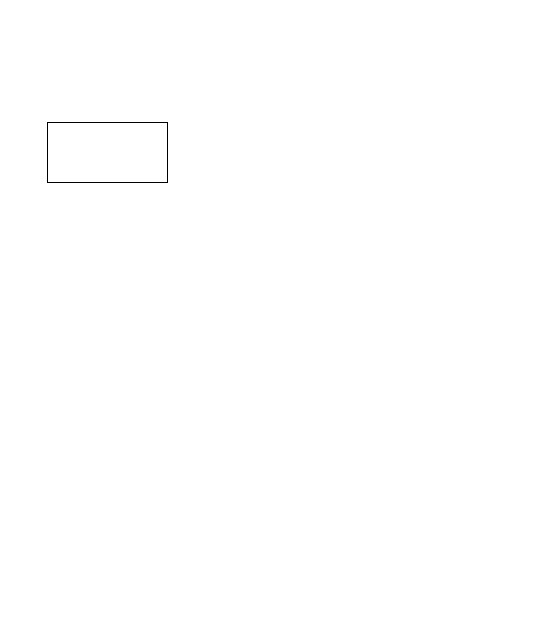
The draw.io diagram Диаграмма без названия.drawio in ziga23/Data-analysis-projects, before the edit. Source tidied: cells renumbered, new cells numbered last; positions are measured from the earlier drawing's top-left corner, leaving out a move shared by most shapes. Both pictures are drawn from the tidied source at 100%, with x=0, y=0 at pixel (47, 122).
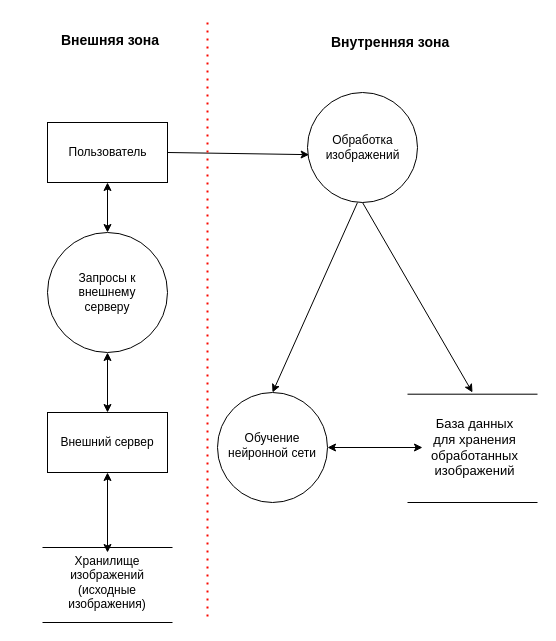
Above is the later version.

Commit message:
диаграмма потоков данных

Unchanged cells that the change refers to:
```xml
<mxCell id="2" style="rounded=0;whiteSpace=wrap;html=1;" parent="1" vertex="1">
  <mxGeometry width="120" height="60" as="geometry" />
</mxCell>
```

The edit, as a diff of the source:
```diff
@@
+    <mxCell id="3" value="&lt;b&gt;&lt;font style=&quot;font-size: 14px;&quot;&gt;Внешняя зона&amp;nbsp;&lt;/font&gt;&lt;/b&gt;" style="text;html=1;strokeColor=none;fillColor=none;align=center;verticalAlign=middle;whiteSpace=wrap;rounded=0;" parent="1" vertex="1">
+      <mxGeometry x="-30" y="-105" width="190" height="45" as="geometry" />
+    </mxCell>
+    <mxCell id="4" style="endArrow=classic;html=1;rounded=0;exitX=1;exitY=0.5;exitDx=0;exitDy=0;entryX=0.015;entryY=0.565;entryDx=0;entryDy=0;entryPerimeter=0;" parent="1" edge="1" source="2" target="15">
+      <mxGeometry relative="1" as="geometry" />
+    </mxCell>
+    <mxCell id="5" style="endArrow=classic;html=1;rounded=0;exitX=0.5;exitY=1;exitDx=0;exitDy=0;" parent="1" edge="1" source="15">
+      <mxGeometry relative="1" as="geometry">
+        <mxPoint x="425" y="270" as="targetPoint" />
+      </mxGeometry>
+    </mxCell>
+    <mxCell id="6" style="endArrow=classic;html=1;rounded=0;entryX=0.5;entryY=0;entryDx=0;entryDy=0;" parent="1" edge="1" target="8">
+      <mxGeometry relative="1" as="geometry">
+        <mxPoint x="310" y="80" as="sourcePoint" />
+      </mxGeometry>
+    </mxCell>
+    <mxCell id="7" style="group;" parent="1" vertex="1">
+      <mxGeometry x="170" y="270" width="110" height="110" as="geometry" />
+    </mxCell>
+    <mxCell id="8" style="ellipse;whiteSpace=wrap;html=1;" parent="7" vertex="1">
+      <mxGeometry width="110" height="110" as="geometry" />
+    </mxCell>
+    <mxCell id="9" value="Обучение нейронной сети" style="text;html=1;strokeColor=none;fillColor=none;align=center;verticalAlign=middle;whiteSpace=wrap;rounded=0;" parent="7" vertex="1">
+      <mxGeometry x="10" y="25" width="90" height="55" as="geometry" />
+    </mxCell>
@@
+    <mxCell id="10" value="Пользователь" style="text;html=1;align=center;verticalAlign=middle;strokeColor=none;fillColor=none;" parent="1" vertex="1">
+      <mxGeometry x="10" y="15" width="100" height="30" as="geometry" />
+    </mxCell>
+    <mxCell id="11" style="rounded=0;whiteSpace=wrap;html=1;" parent="1" vertex="1">
+      <mxGeometry y="290" width="120" height="60" as="geometry" />
+    </mxCell>
+    <mxCell id="12" value="Внешний сервер" style="text;html=1;strokeColor=none;fillColor=none;align=center;verticalAlign=middle;whiteSpace=wrap;rounded=0;" parent="1" vertex="1">
+      <mxGeometry y="290" width="120" height="60" as="geometry" />
+    </mxCell>
+    <mxCell id="13" style="endArrow=none;dashed=1;html=1;dashPattern=1 3;strokeWidth=2;rounded=0;fillColor=#f8cecc;strokeColor=#fa0800;" parent="1" edge="1">
+      <mxGeometry relative="1" as="geometry">
+        <mxPoint x="160" y="-100" as="sourcePoint" />
+        <mxPoint x="160" y="500" as="targetPoint" />
+      </mxGeometry>
+    </mxCell>
+    <mxCell id="14" style="group;" parent="1" vertex="1">
+      <mxGeometry x="260" y="-30" width="110" height="110" as="geometry" />
+    </mxCell>
+    <mxCell id="15" style="ellipse;whiteSpace=wrap;html=1;" parent="14" vertex="1">
+      <mxGeometry width="110" height="110" as="geometry" />
+    </mxCell>
+    <mxCell id="16" value="Обработка изображений" style="text;html=1;strokeColor=none;fillColor=none;align=center;verticalAlign=middle;whiteSpace=wrap;rounded=0;" parent="14" vertex="1">
+      <mxGeometry x="22.5" y="37.5" width="65" height="35" as="geometry" />
+    </mxCell>
+    <mxCell id="17" style="group;" parent="1" vertex="1">
+      <mxGeometry y="110" width="120" height="120" as="geometry" />
+    </mxCell>
+    <mxCell id="18" style="ellipse;whiteSpace=wrap;html=1;" parent="17" vertex="1">
+      <mxGeometry width="120" height="120" as="geometry" />
+    </mxCell>
+    <mxCell id="19" value="Запросы к внешнему серверу" style="text;html=1;strokeColor=none;fillColor=none;align=center;verticalAlign=middle;whiteSpace=wrap;rounded=0;" parent="17" vertex="1">
+      <mxGeometry x="20" y="35" width="80" height="50" as="geometry" />
+    </mxCell>
+    <mxCell id="20" style="group;" parent="1" vertex="1">
+      <mxGeometry x="-5" y="410" width="130" height="90" as="geometry" />
+    </mxCell>
+    <mxCell id="21" style="endArrow=none;html=1;rounded=0;" parent="20" edge="1">
+      <mxGeometry relative="1" as="geometry">
+        <mxPoint x="130" y="90" as="sourcePoint" />
+        <mxPoint y="90" as="targetPoint" />
+      </mxGeometry>
+    </mxCell>
+    <mxCell id="22" style="endArrow=none;html=1;rounded=0;" parent="20" edge="1">
+      <mxGeometry relative="1" as="geometry">
+        <mxPoint x="130" y="15" as="sourcePoint" />
+        <mxPoint y="15" as="targetPoint" />
+      </mxGeometry>
+    </mxCell>
+    <mxCell id="23" value="Хранилище изображений (исходные изображения)" style="text;html=1;strokeColor=none;fillColor=none;align=center;verticalAlign=middle;whiteSpace=wrap;rounded=0;" parent="20" vertex="1">
+      <mxGeometry x="15" y="30" width="100" height="40" as="geometry" />
+    </mxCell>
+    <mxCell id="24" value="&lt;b&gt;&lt;font style=&quot;font-size: 14px;&quot;&gt;Внутренняя зона&amp;nbsp;&lt;/font&gt;&lt;/b&gt;" style="text;html=1;strokeColor=none;fillColor=none;align=center;verticalAlign=middle;whiteSpace=wrap;rounded=0;" parent="1" vertex="1">
+      <mxGeometry x="245" y="-100" width="200" height="40" as="geometry" />
+    </mxCell>
+    <mxCell id="25" style="group;" parent="1" vertex="1">
+      <mxGeometry x="360" y="250" width="130" height="130" as="geometry" />
+    </mxCell>
+    <mxCell id="26" style="endArrow=none;html=1;rounded=0;" parent="25" edge="1">
+      <mxGeometry relative="1" as="geometry">
+        <mxPoint x="130" y="130" as="sourcePoint" />
+        <mxPoint y="130" as="targetPoint" />
+      </mxGeometry>
+    </mxCell>
+    <mxCell id="27" style="endArrow=none;html=1;rounded=0;" parent="25" edge="1">
+      <mxGeometry relative="1" as="geometry">
+        <mxPoint x="130" y="21.7" as="sourcePoint" />
+        <mxPoint y="21.7" as="targetPoint" />
+      </mxGeometry>
+    </mxCell>
+    <mxCell id="28" value="&lt;font style=&quot;font-size: 13px;&quot;&gt;База данных для хранения обработанных изображений&lt;/font&gt;" style="text;html=1;strokeColor=none;fillColor=none;align=center;verticalAlign=middle;whiteSpace=wrap;rounded=0;" parent="25" vertex="1">
+      <mxGeometry x="15" y="30" width="105" height="90" as="geometry" />
+    </mxCell>
+    <mxCell id="29" style="endArrow=classic;startArrow=classic;html=1;rounded=0;exitX=0.5;exitY=1;exitDx=0;exitDy=0;" parent="1" edge="1" source="12">
+      <mxGeometry relative="1" as="geometry">
+        <mxPoint x="60" y="430" as="targetPoint" />
+      </mxGeometry>
+    </mxCell>
+    <mxCell id="30" style="endArrow=classic;startArrow=classic;html=1;rounded=0;exitX=1;exitY=0.5;exitDx=0;exitDy=0;entryX=0;entryY=0.5;entryDx=0;entryDy=0;" parent="1" edge="1" source="8" target="28">
+      <mxGeometry relative="1" as="geometry" />
+    </mxCell>
+    <mxCell id="31" style="endArrow=classic;startArrow=classic;html=1;rounded=0;exitX=0.5;exitY=1;exitDx=0;exitDy=0;entryX=0.5;entryY=0;entryDx=0;entryDy=0;" parent="1" edge="1" source="18" target="12">
+      <mxGeometry relative="1" as="geometry" />
+    </mxCell>
+    <mxCell id="32" style="endArrow=classic;startArrow=classic;html=1;rounded=0;entryX=0.5;entryY=1;entryDx=0;entryDy=0;" parent="1" edge="1" source="18" target="2">
+      <mxGeometry relative="1" as="geometry" />
+    </mxCell>
```
